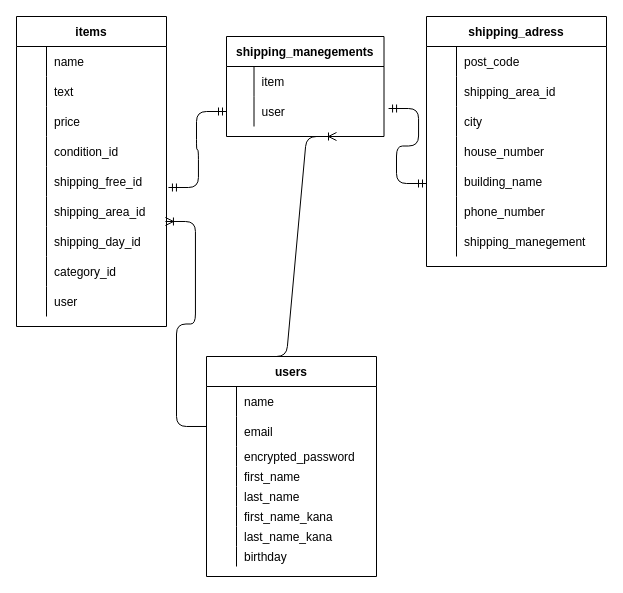
This is test.dio from protein0917/furima-53054, a draw.io file, before an edit. Source tidied: cells renumbered, new cells numbered last; positions are measured from the earlier drawing's top-left corner, leaving out a move shared by most shapes. Both pictures are drawn from the tidied source at 100%, with x=0, y=0 at pixel (16, 16).
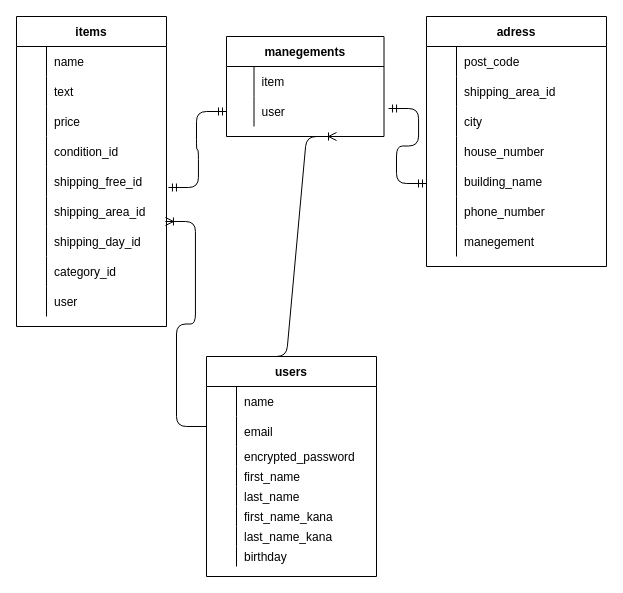
Above is the later version.

The change refers to these unchanged cells:
```xml
<mxCell id="74" style="shape=partialRectangle;fillColor=none;top=0;left=0;bottom=0;right=0;" parent="55" vertex="1">
  <mxGeometry y="210" width="180" height="30" as="geometry" />
</mxCell>
```

Change to the diagram source:
```diff
@@
-    <mxCell id="55" value="shipping_adress" style="shape=table;startSize=30;childLayout=tableLayout;rowLines=0;fontStyle=1;align=center;" parent="1" vertex="1">
+    <mxCell id="55" value="adress" style="shape=table;startSize=30;childLayout=tableLayout;rowLines=0;fontStyle=1;align=center;" parent="1" vertex="1">
       <mxGeometry x="410" width="180" height="250" as="geometry" />
     </mxCell>
@@
-    <mxCell id="76" value="shipping_manegement" style="shape=partialRectangle;fillColor=none;top=0;left=0;bottom=0;right=0;align=left;spacingLeft=6;overflow=hidden;" parent="74" vertex="1">
+    <mxCell id="76" value="manegement" style="shape=partialRectangle;fillColor=none;top=0;left=0;bottom=0;right=0;align=left;spacingLeft=6;overflow=hidden;" parent="74" vertex="1">
       <mxGeometry x="30" width="150" height="30" as="geometry" />
     </mxCell>
@@
-    <mxCell id="78" value="shipping_manegements" style="shape=table;startSize=30;childLayout=tableLayout;rowLines=0;fontStyle=1;align=center;" parent="1" vertex="1">
+    <mxCell id="78" value="manegements" style="shape=table;startSize=30;childLayout=tableLayout;rowLines=0;fontStyle=1;align=center;" parent="1" vertex="1">
       <mxGeometry x="210" y="20" width="157.5" height="100" as="geometry" />
     </mxCell>
```
